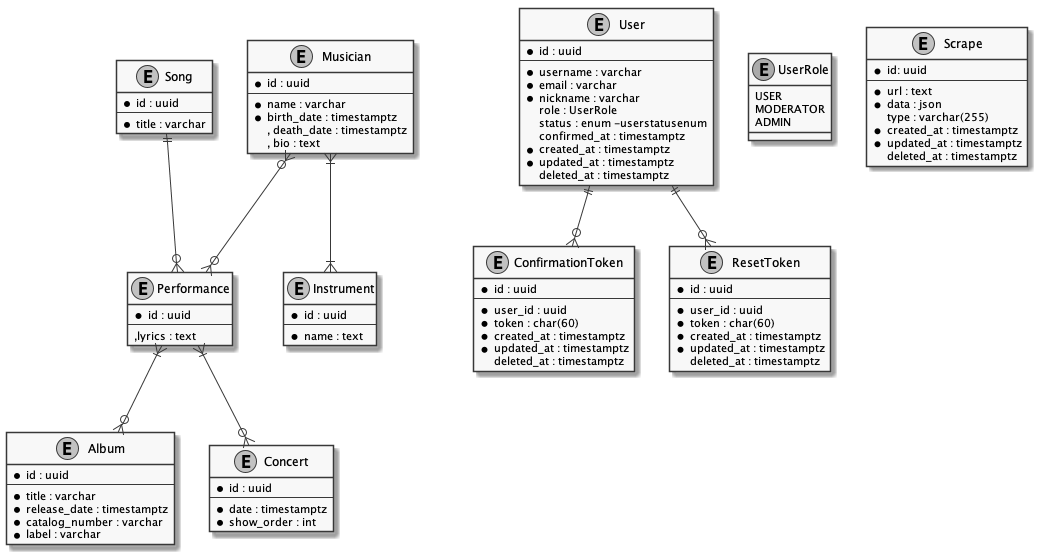
zappa-base/zappa-base keeps this PlantUML diagram as images/models.png. Above is the earlier version.
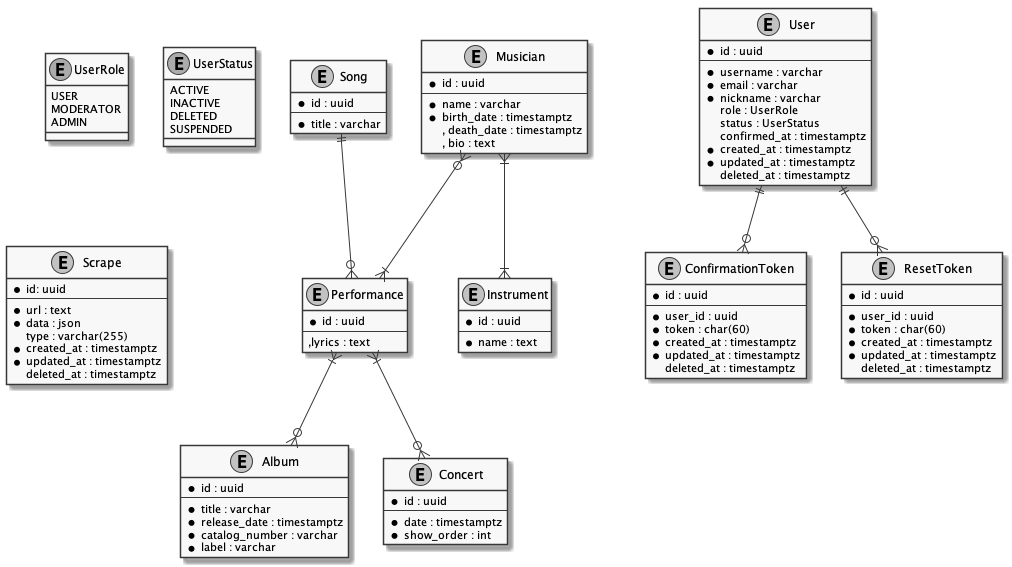
Above is the later version.

The edit, as a diff of the source:
```diff
@@ -51,7 +51,7 @@
   * email : varchar
   * nickname : varchar
   role : UserRole
-  status : enum -userstatusenum
+  status : UserStatus
   confirmed_at : timestamptz
   * created_at : timestamptz
   * updated_at : timestamptz
@@ -62,6 +62,13 @@
   USER
   MODERATOR
   ADMIN
+}
+
+enum UserStatus {
+  ACTIVE
+  INACTIVE
+  DELETED
+  SUSPENDED
 }
 
 entity ConfirmationToken {
@@ -97,7 +104,7 @@
 
 Song ||--o{ Performance
 Performance }|--o{ Album
-Musician }o--o{ Performance
+Musician }o--|{ Performance
 Musician }|--|{ Instrument
 Performance }|--o{ Concert
 
```
